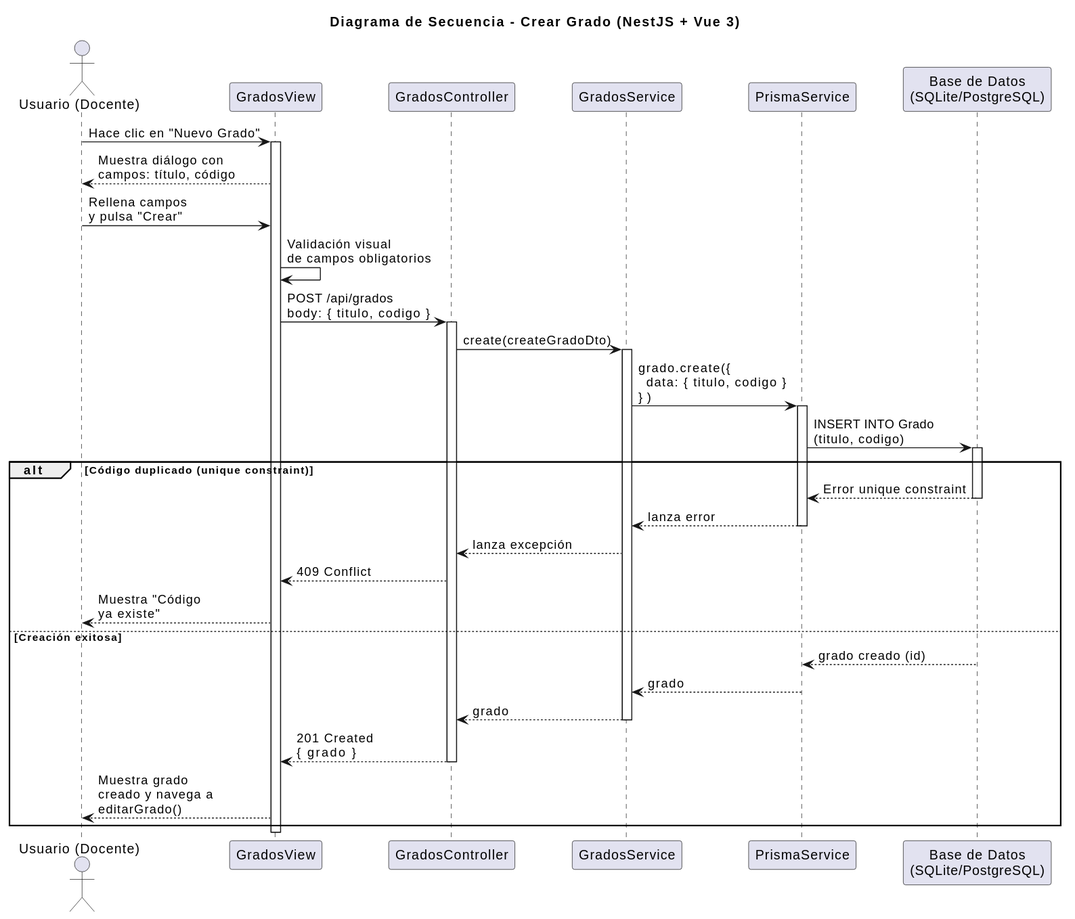
This is images/diseño/crearGrado/secuencia.svg from marcosgutierrez6/25-26-idsw2-sdVC, a PlantUML export, as it was before one commit. The source it was exported from:
```plantuml
@startuml
title Diagrama de Secuencia - Crear Grado (NestJS + Vue 3)

actor "Usuario (Docente)" as User
participant "GradosView" as FE
participant "GradosController" as Controller
participant "GradosService" as Service
participant "PrismaService" as Prisma
participant "Base de Datos\n(SQLite/PostgreSQL)" as DB

User -> FE: Hace clic en "Nuevo Grado"
activate FE

FE --> User: Muestra diálogo con\ncampos: título, código

User -> FE: Rellena campos\ny pulsa "Crear"
FE -> FE: Validación visual\nde campos obligatorios

FE -> Controller: POST /api/grados\nbody: { titulo, codigo }
activate Controller

Controller -> Service: create(createGradoDto)
activate Service

Service -> Prisma: grado.create({\n  data: { titulo, codigo }\n})
activate Prisma
Prisma -> DB: INSERT INTO Grado\n(titulo, codigo)
activate DB

alt Código duplicado (unique constraint)
  DB --> Prisma: Error unique constraint
  deactivate DB
  Prisma --> Service: lanza error
  deactivate Prisma
  Service --> Controller: lanza excepción
  Controller --> FE: 409 Conflict
  FE --> User: Muestra "Código\nya existe"
else Creación exitosa
  DB --> Prisma: grado creado (id)
  deactivate DB
  Prisma --> Service: grado
  deactivate Prisma

  Service --> Controller: grado
  deactivate Service
  Controller --> FE: 201 Created\n{ grado }
  deactivate Controller
  FE --> User: Muestra grado\ncreado y navega a\neditarGrado()
end

deactivate FE
@enduml
```
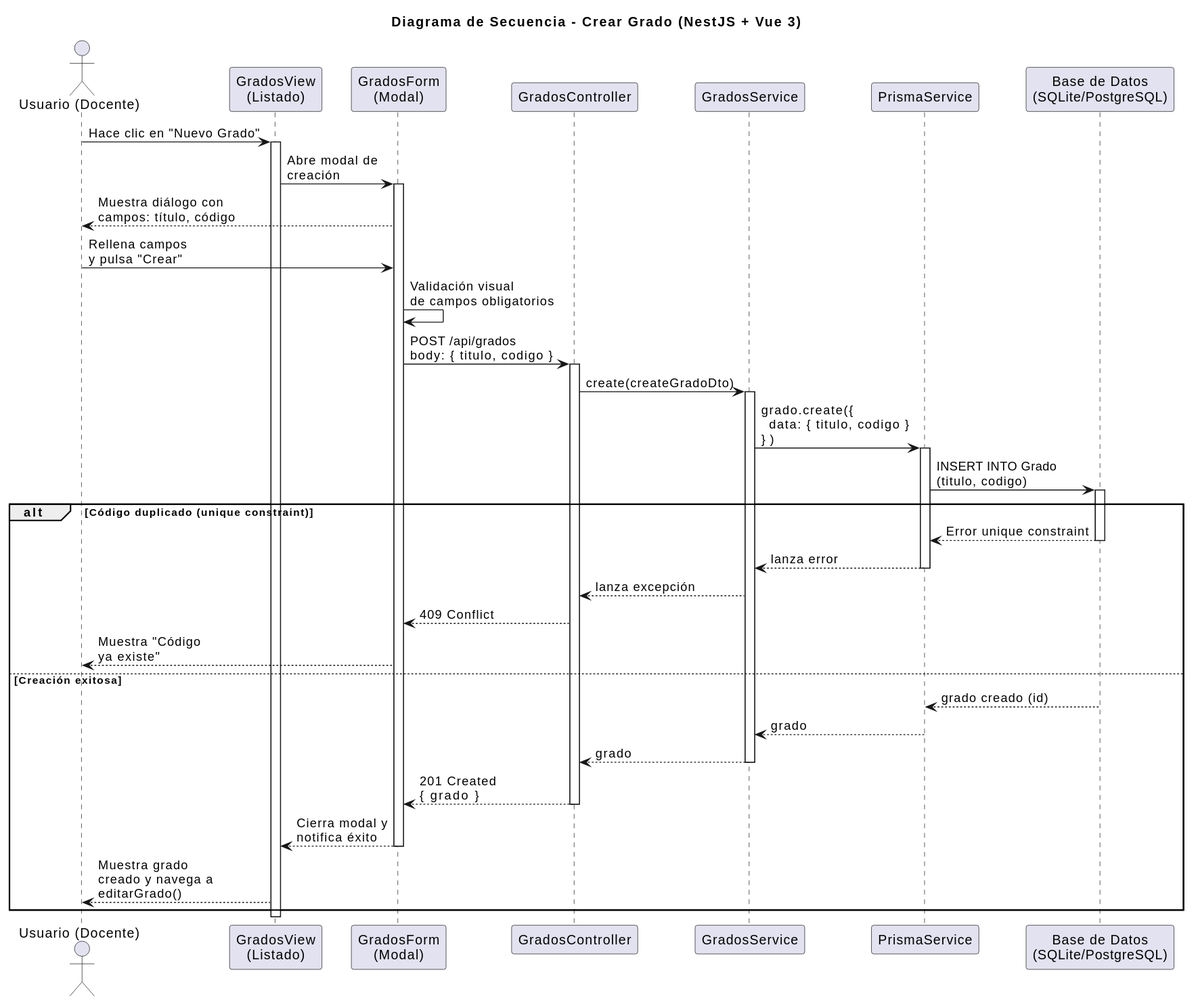
The same diagram one commit later.

The edit, as a diff of the source:
```diff
@@ -2,21 +2,24 @@
 title Diagrama de Secuencia - Crear Grado (NestJS + Vue 3)
 
 actor "Usuario (Docente)" as User
-participant "GradosView" as FE
+participant "GradosView\n(Listado)" as List
+participant "GradosForm\n(Modal)" as Form
 participant "GradosController" as Controller
 participant "GradosService" as Service
 participant "PrismaService" as Prisma
 participant "Base de Datos\n(SQLite/PostgreSQL)" as DB
 
-User -> FE: Hace clic en "Nuevo Grado"
-activate FE
+User -> List: Hace clic en "Nuevo Grado"
+activate List
 
-FE --> User: Muestra diálogo con\ncampos: título, código
+List -> Form: Abre modal de\ncreación
+activate Form
+Form --> User: Muestra diálogo con\ncampos: título, código
 
-User -> FE: Rellena campos\ny pulsa "Crear"
-FE -> FE: Validación visual\nde campos obligatorios
+User -> Form: Rellena campos\ny pulsa "Crear"
+Form -> Form: Validación visual\nde campos obligatorios
 
-FE -> Controller: POST /api/grados\nbody: { titulo, codigo }
+Form -> Controller: POST /api/grados\nbody: { titulo, codigo }
 activate Controller
 
 Controller -> Service: create(createGradoDto)
@@ -33,8 +36,8 @@
   Prisma --> Service: lanza error
   deactivate Prisma
   Service --> Controller: lanza excepción
-  Controller --> FE: 409 Conflict
-  FE --> User: Muestra "Código\nya existe"
+  Controller --> Form: 409 Conflict
+  Form --> User: Muestra "Código\nya existe"
 else Creación exitosa
   DB --> Prisma: grado creado (id)
   deactivate DB
@@ -43,10 +46,13 @@
 
   Service --> Controller: grado
   deactivate Service
-  Controller --> FE: 201 Created\n{ grado }
+  Controller --> Form: 201 Created\n{ grado }
   deactivate Controller
-  FE --> User: Muestra grado\ncreado y navega a\neditarGrado()
+
+  Form --> List: Cierra modal y\nnotifica éxito
+  deactivate Form
+  List --> User: Muestra grado\ncreado y navega a\neditarGrado()
 end
 
-deactivate FE
+deactivate List
 @enduml
```
